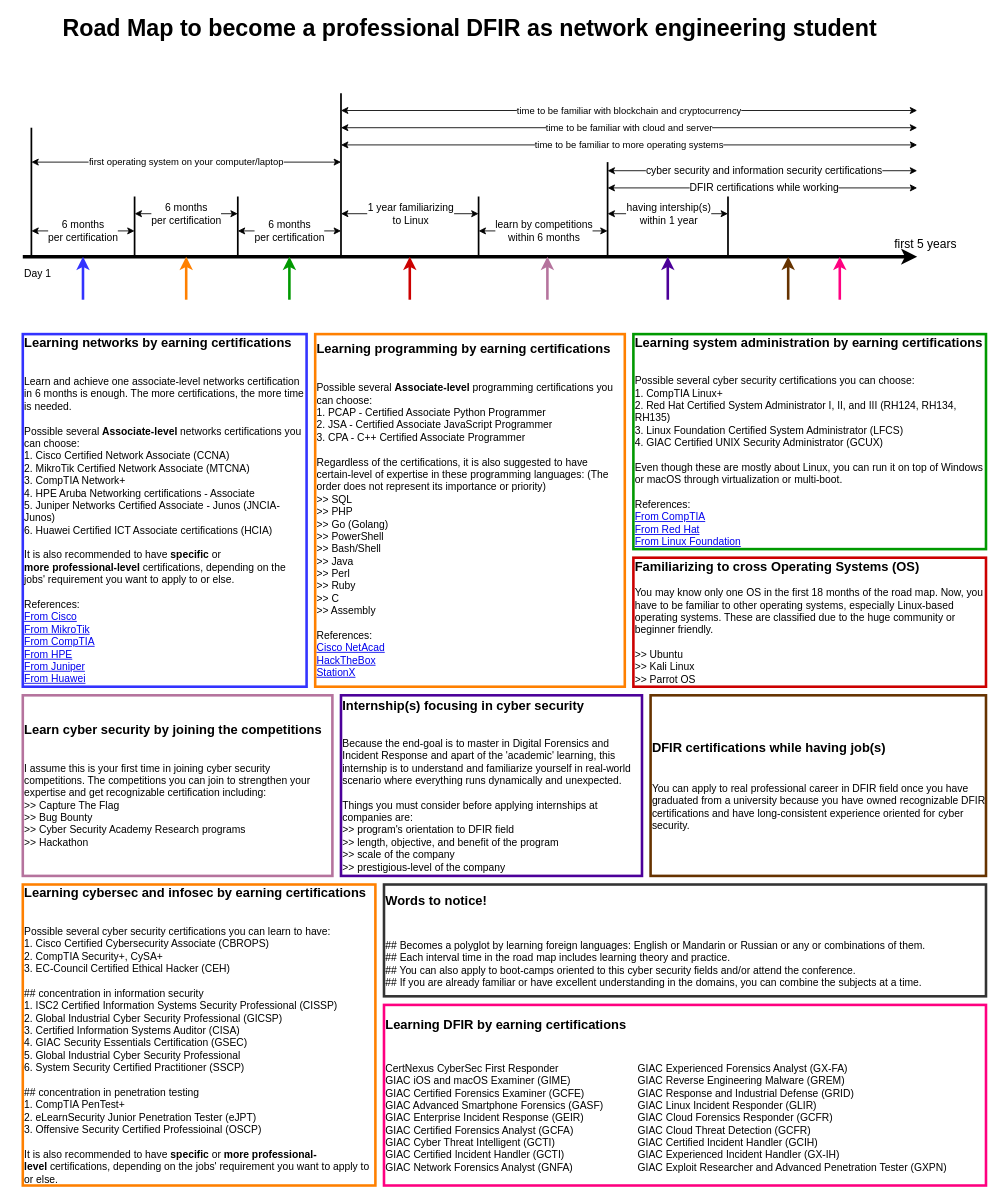
Earlier version of the draw.io diagram page "theRoadMap" (4 of 5) of cybernetworkroadmap.drawio (troders34/roadmap). Source tidied: cells renumbered, new cells numbered last; positions are measured from the earlier drawing's top-left corner, leaving out a move shared by most shapes. Both pictures are drawn from the tidied source at 86%, with x=0, y=0 at pixel (22, 15).
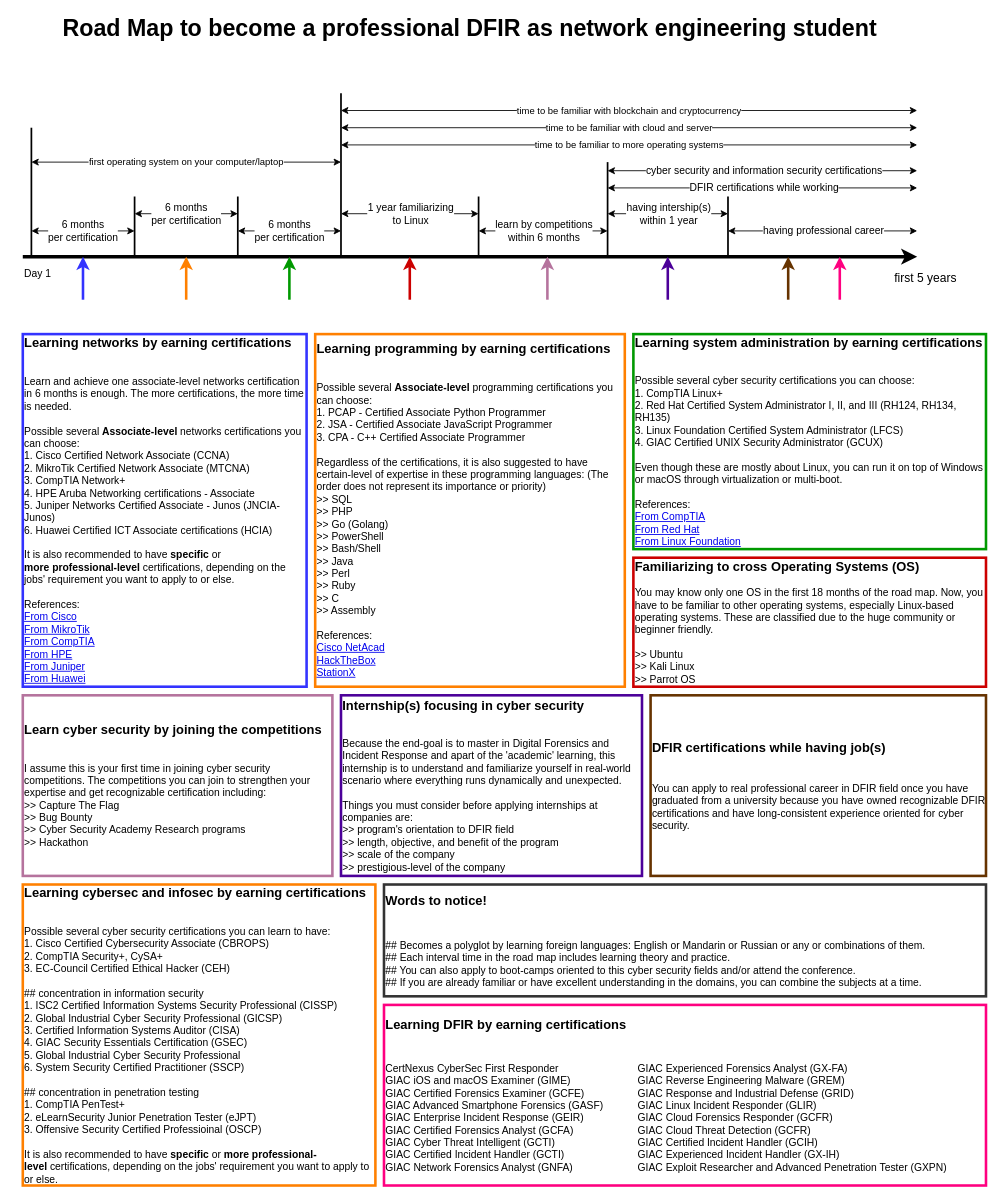
Above is the later version.

Diff of the diagram source:
```diff
@@
     <mxCell id="4" value="first 5 years" style="text;html=1;align=center;verticalAlign=middle;whiteSpace=wrap;rounded=0;fontSize=14;" parent="1" vertex="1">
-      <mxGeometry x="1000" y="250" width="100" height="30" as="geometry" />
+      <mxGeometry x="1000" y="290" width="100" height="30" as="geometry" />
     </mxCell>
@@
+    <mxCell id="45" value="having professional career" style="endArrow=classic;startArrow=classic;html=1;rounded=0;fontSize=12;" parent="1" edge="1">
+      <mxGeometry x="0.01" relative="1" as="geometry">
+        <mxPoint x="820" y="250" as="sourcePoint" />
+        <mxPoint x="1040" y="250" as="targetPoint" />
+      </mxGeometry>
+    </mxCell>
```
